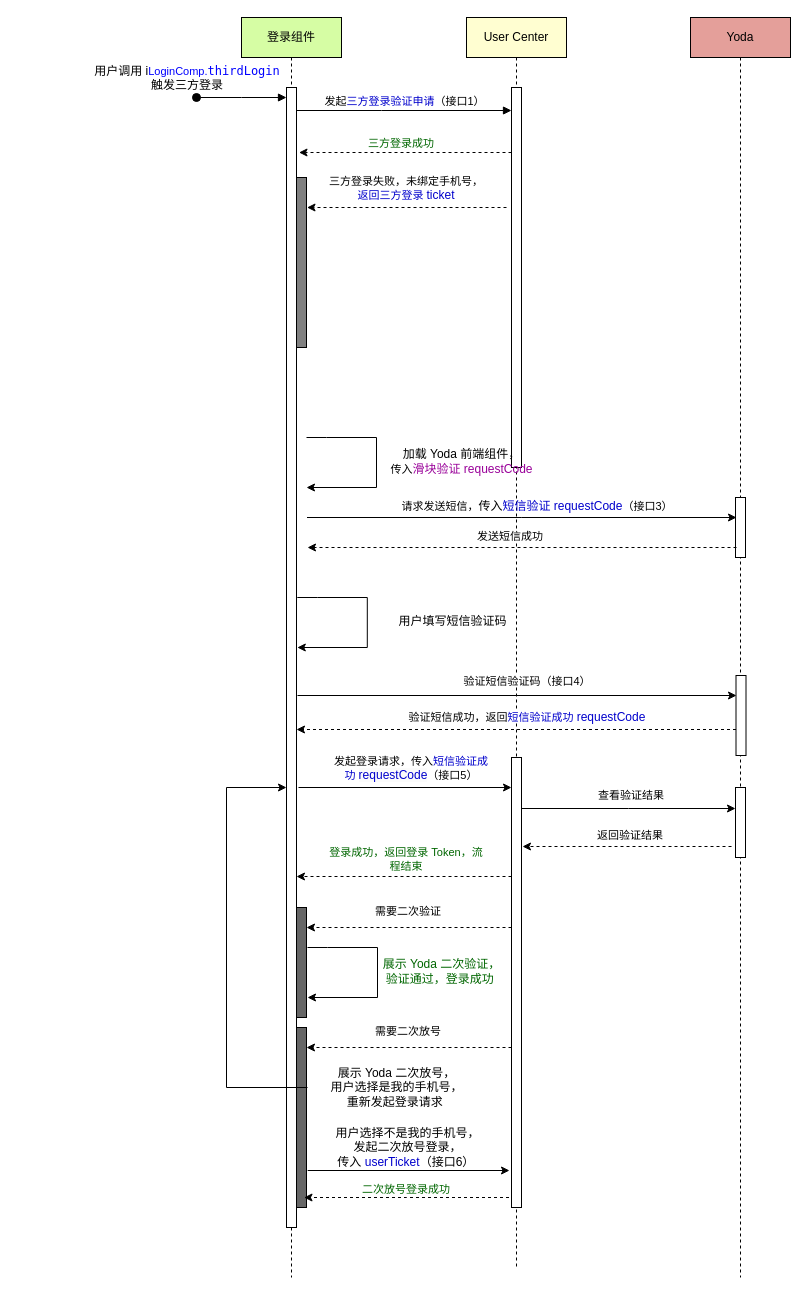
Above: src/account-third.drawio in zhengjiaqi/draw (draw.io), before the change. Source tidied: cells renumbered, new cells numbered last; positions are measured from the earlier drawing's top-left corner, leaving out a move shared by most shapes. Both pictures are drawn from the tidied source at 100%, with x=0, y=0 at pixel (16, 17).
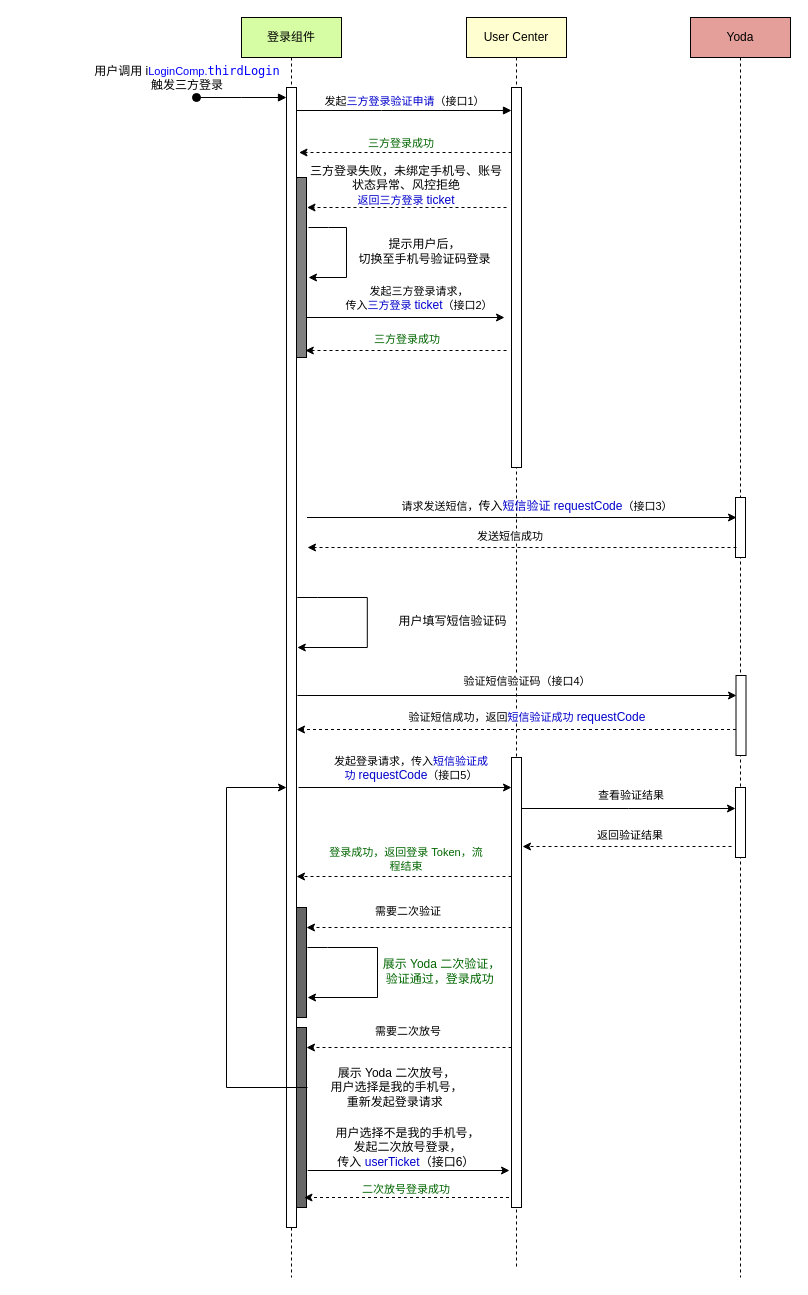
After the change.

The change refers to these unchanged cells:
```xml
<mxCell id="2" value="登录组件" style="shape=umlLifeline;perimeter=lifelinePerimeter;whiteSpace=wrap;html=1;newEdgeStyle={&quot;edgeStyle&quot;:&quot;elbowEdgeStyle&quot;,&quot;elbow&quot;:&quot;vertical&quot;,&quot;curved&quot;:0,&quot;rounded&quot;:0};fillColor=#D6FDA4;" parent="1" vertex="1">
  <mxGeometry x="225" width="100" height="1260" as="geometry" />
</mxCell>
```

Diff of the diagram source:
```diff
@@
     <mxCell id="6" style="html=1;perimeter=orthogonalPerimeter;targetShapes=umlLifeline;newEdgeStyle={&quot;edgeStyle&quot;:&quot;elbowEdgeStyle&quot;,&quot;elbow&quot;:&quot;vertical&quot;,&quot;curved&quot;:0,&quot;rounded&quot;:0};fillColor=#808080;" parent="2" vertex="1">
-      <mxGeometry x="55" y="160" width="10" height="170" as="geometry" />
+      <mxGeometry x="55" y="160" width="10" height="180" as="geometry" />
     </mxCell>
@@
     <mxCell id="16" style="endArrow=classic;html=1;rounded=0;" parent="1" edge="1">
       <mxGeometry relative="1" as="geometry">
-        <mxPoint x="290" y="420" as="sourcePoint" />
-        <mxPoint x="290" y="470" as="targetPoint" />
+        <mxPoint x="292" y="210" as="sourcePoint" />
+        <mxPoint x="292" y="260" as="targetPoint" />
         <Array as="points">
-          <mxPoint x="310" y="420" />
-          <mxPoint x="360" y="420" />
-          <mxPoint x="360" y="470" />
+          <mxPoint x="312" y="210" />
+          <mxPoint x="330" y="210" />
+          <mxPoint x="330" y="260" />
         </Array>
       </mxGeometry>
     </mxCell>
-    <mxCell id="17" value="加载 Yoda 前端组件，&lt;br style=&quot;border-color: var(--border-color); font-size: 11px;&quot;&gt;&lt;span style=&quot;font-size: 11px; background-color: rgb(255, 255, 255);&quot;&gt;传入&lt;/span&gt;&lt;font style=&quot;border-color: var(--border-color);&quot; color=&quot;#990099&quot;&gt;滑块验证&amp;nbsp;requestCode&lt;/font&gt;" style="text;html=1;align=center;verticalAlign=middle;strokeColor=none;fillColor=none;" parent="1" vertex="1">
-      <mxGeometry x="360" y="424" width="170" height="40" as="geometry" />
+    <mxCell id="17" value="提示用户后，&lt;br&gt;切换至手机号验证码登录" style="text;html=1;align=center;verticalAlign=middle;strokeColor=none;fillColor=none;" parent="1" vertex="1">
+      <mxGeometry x="328" y="214" width="160" height="40" as="geometry" />
     </mxCell>
@@
-    <mxCell id="51" value="&lt;span style=&quot;font-size: 11px; background-color: rgb(255, 255, 255);&quot;&gt;三方登录失败，未绑定手机号，&lt;br&gt;&lt;font color=&quot;#0000cc&quot;&gt;返回三方登录&amp;nbsp;&lt;/font&gt;&lt;/span&gt;&lt;font color=&quot;#0000cc&quot;&gt;ticket&lt;/font&gt;" style="text;whiteSpace=wrap;html=1;align=center;" parent="1" vertex="1">
-      <mxGeometry x="292" y="150" width="196" height="20" as="geometry" />
+    <mxCell id="51" value="三方登录失败，未绑定手机号、账号状态异常、&lt;span style=&quot;font-family: Menlo, Monaco, &amp;quot;Courier New&amp;quot;, monospace;&quot;&gt;风控拒绝&lt;/span&gt;&lt;span style=&quot;font-family: Menlo, Monaco, &amp;quot;Courier New&amp;quot;, monospace;&quot;&gt;&lt;br&gt;&lt;/span&gt;&lt;span style=&quot;font-size: 11px; background-color: rgb(255, 255, 255);&quot;&gt;&lt;font color=&quot;#0000cc&quot;&gt;返回三方登录&amp;nbsp;&lt;/font&gt;&lt;/span&gt;&lt;font color=&quot;#0000cc&quot;&gt;ticket&lt;/font&gt;" style="text;whiteSpace=wrap;html=1;align=center;" parent="1" vertex="1">
+      <mxGeometry x="292" y="140" width="196" height="20" as="geometry" />
     </mxCell>
@@
+    <mxCell id="53" style="endArrow=classic;html=1;rounded=0;" parent="1" edge="1">
+      <mxGeometry relative="1" as="geometry">
+        <mxPoint x="290" y="300" as="sourcePoint" />
+        <mxPoint x="488" y="300" as="targetPoint" />
+      </mxGeometry>
+    </mxCell>
+    <mxCell id="54" value="&lt;span style=&quot;font-family: Helvetica; font-size: 11px; font-style: normal; font-variant-ligatures: normal; font-variant-caps: normal; font-weight: 400; letter-spacing: normal; orphans: 2; text-indent: 0px; text-transform: none; widows: 2; word-spacing: 0px; -webkit-text-stroke-width: 0px; background-color: rgb(255, 255, 255); text-decoration-thickness: initial; text-decoration-style: initial; text-decoration-color: initial; float: none; display: inline !important;&quot;&gt;发起三方登录请求，&lt;br&gt;传入&lt;font style=&quot;border-color: var(--border-color);&quot; color=&quot;#0000cc&quot;&gt;&lt;font style=&quot;border-color: var(--border-color);&quot; color=&quot;#0000cc&quot;&gt;三方登录&amp;nbsp;&lt;/font&gt;&lt;font style=&quot;border-color: var(--border-color); font-size: 12px; background-color: rgb(251, 251, 251);&quot; color=&quot;#0000cc&quot;&gt;ticket&lt;/font&gt;&lt;/font&gt;（接口2）&lt;/span&gt;" style="text;whiteSpace=wrap;html=1;align=center;" parent="1" vertex="1">
+      <mxGeometry x="318" y="260" width="170" height="20" as="geometry" />
+    </mxCell>
+    <mxCell id="55" style="edgeStyle=elbowEdgeStyle;rounded=0;orthogonalLoop=1;jettySize=auto;html=1;elbow=vertical;curved=0;dashed=1;" parent="1" edge="1">
+      <mxGeometry relative="1" as="geometry">
+        <mxPoint x="490" y="333" as="sourcePoint" />
+        <mxPoint x="288.8" y="333" as="targetPoint" />
+      </mxGeometry>
+    </mxCell>
+    <mxCell id="56" value="&lt;span style=&quot;font-size: 11px; background-color: rgb(255, 255, 255);&quot;&gt;&lt;font color=&quot;#006600&quot;&gt;三方登录成功&lt;/font&gt;&lt;/span&gt;" style="text;whiteSpace=wrap;html=1;align=center;" parent="1" vertex="1">
+      <mxGeometry x="293.2" y="308" width="196" height="20" as="geometry" />
+    </mxCell>
```
